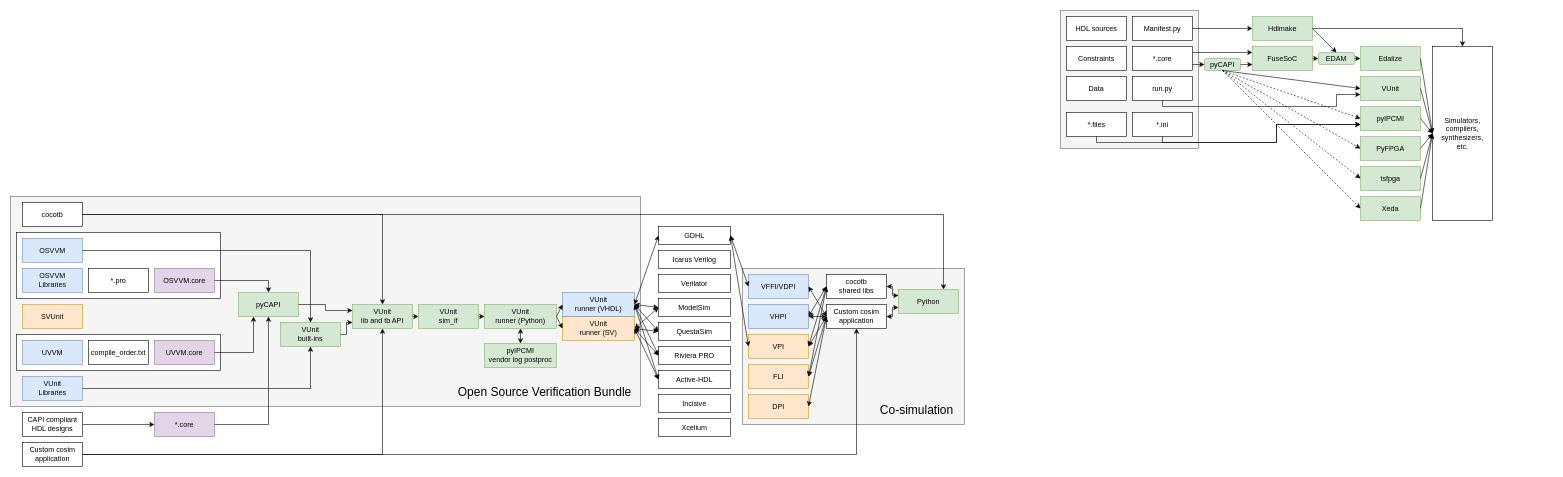
umarcor/osvb keeps this draw.io diagram as osvb.drawio. Above is the earlier version. Source tidied: cells renumbered, new cells numbered last; positions are measured from the earlier drawing's top-left corner, leaving out a move shared by most shapes. Both pictures are drawn from the tidied source at 60%, with x=0, y=0 at pixel (10, 10).
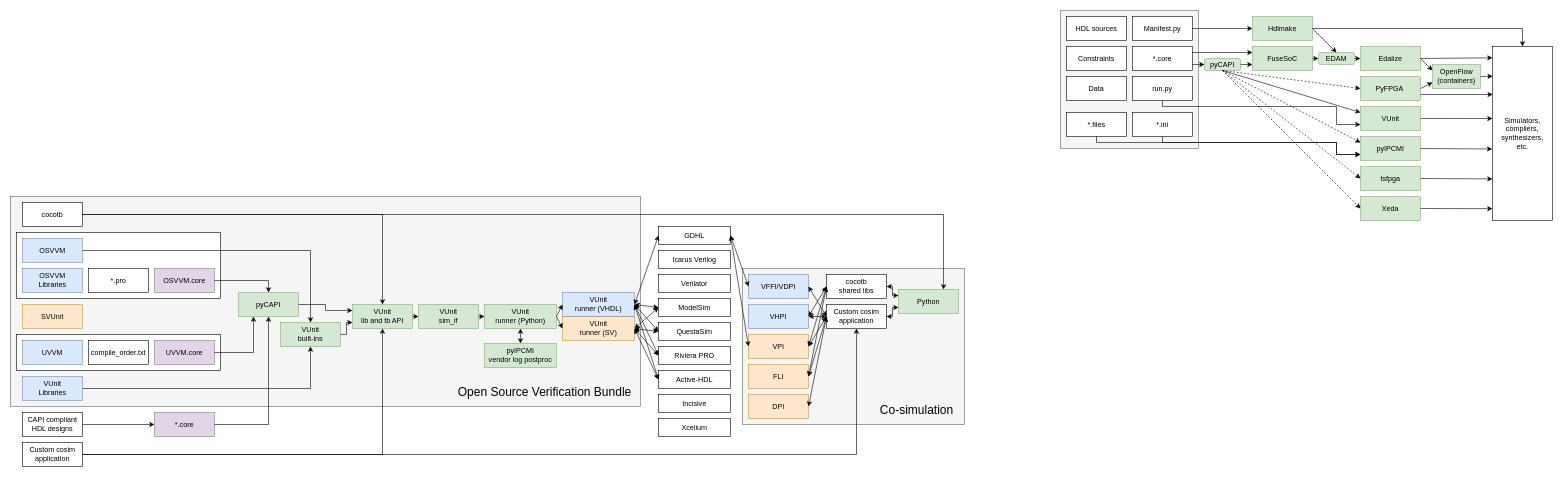
The same page after the edit.

Commit message (it also covers changes not shown here):
doc: update pyCAPI diagram for including OpenFlow

Unchanged cells that the change refers to:
```xml
<mxCell id="76" value="pyCAPI" style="rounded=1;whiteSpace=wrap;html=1;fillColor=#d5e8d4;strokeColor=#82b366;" parent="1" vertex="1">
  <mxGeometry x="1990" y="80" width="60" height="20" as="geometry" />
</mxCell>
<mxCell id="81" value="Xeda" style="rounded=0;whiteSpace=wrap;html=1;fillColor=#d5e8d4;strokeColor=#82b366;" parent="1" vertex="1">
  <mxGeometry x="2250" y="310" width="100" height="40" as="geometry" />
</mxCell>
<mxCell id="82" value="tsfpga" style="rounded=0;whiteSpace=wrap;html=1;fillColor=#d5e8d4;strokeColor=#82b366;" parent="1" vertex="1">
  <mxGeometry x="2250" y="260" width="100" height="40" as="geometry" />
</mxCell>
<mxCell id="86" value="Edalize" style="rounded=0;whiteSpace=wrap;html=1;fillColor=#d5e8d4;strokeColor=#82b366;" parent="1" vertex="1">
  <mxGeometry x="2250" y="60" width="100" height="40" as="geometry" />
</mxCell>
<mxCell id="103" value="run.py" style="rounded=0;whiteSpace=wrap;html=1;" parent="1" vertex="1">
  <mxGeometry x="1870" y="110" width="100" height="40" as="geometry" />
</mxCell>
<mxCell id="112" value="*.ini" style="rounded=0;whiteSpace=wrap;html=1;" parent="1" vertex="1">
  <mxGeometry x="1870" y="170" width="100" height="40" as="geometry" />
</mxCell>
<mxCell id="113" value="*.files" style="rounded=0;whiteSpace=wrap;html=1;" parent="1" vertex="1">
  <mxGeometry x="1760" y="170" width="100" height="40" as="geometry" />
</mxCell>
```

What changed in the source:
```diff
@@
-    <mxCell id="83" value="PyFPGA" style="rounded=0;whiteSpace=wrap;html=1;fillColor=#d5e8d4;strokeColor=#82b366;" parent="1" vertex="1">
-      <mxGeometry x="2250" y="210" width="100" height="40" as="geometry" />
+    <mxCell id="83" value="&amp;nbsp; &amp;nbsp; &amp;nbsp; &amp;nbsp;PyFPGA" style="rounded=0;whiteSpace=wrap;html=1;fillColor=#d5e8d4;strokeColor=#82b366;align=left;" parent="1" vertex="1">
+      <mxGeometry x="2250" y="110" width="100" height="40" as="geometry" />
     </mxCell>
     <mxCell id="84" value="VUnit" style="rounded=0;whiteSpace=wrap;html=1;fillColor=#d5e8d4;strokeColor=#82b366;" parent="1" vertex="1">
-      <mxGeometry x="2250" y="110" width="100" height="40" as="geometry" />
+      <mxGeometry x="2250" y="160" width="100" height="40" as="geometry" />
     </mxCell>
@@
     <mxCell id="87" value="Simulators,&lt;br&gt;compilers,&lt;br&gt;synthesizers,&lt;br&gt;etc." style="rounded=0;whiteSpace=wrap;html=1;" parent="1" vertex="1">
-      <mxGeometry x="2370" y="60" width="100" height="290" as="geometry" />
+      <mxGeometry x="2470" y="60" width="100" height="290" as="geometry" />
     </mxCell>
-    <mxCell id="88" style="endArrow=classic;html=1;entryX=0;entryY=0.5;entryDx=0;entryDy=0;exitX=1;exitY=0.5;exitDx=0;exitDy=0;" parent="1" edge="1" source="84" target="87">
+    <mxCell id="88" style="endArrow=classic;html=1;entryX=0;entryY=0.414;entryDx=0;entryDy=0;exitX=1;exitY=0.5;exitDx=0;exitDy=0;entryPerimeter=0;" parent="1" edge="1" source="84" target="87">
       <mxGeometry relative="1" as="geometry" />
     </mxCell>
-    <mxCell id="89" style="endArrow=classic;html=1;exitX=1;exitY=0.5;exitDx=0;exitDy=0;entryX=0;entryY=0.5;entryDx=0;entryDy=0;" parent="1" edge="1" source="83" target="87">
+    <mxCell id="89" style="endArrow=classic;html=1;exitX=1;exitY=0.75;exitDx=0;exitDy=0;entryX=0.004;entryY=0.276;entryDx=0;entryDy=0;entryPerimeter=0;" parent="1" edge="1" source="83" target="87">
       <mxGeometry relative="1" as="geometry" />
     </mxCell>
-    <mxCell id="90" style="endArrow=classic;html=1;exitX=1;exitY=0.5;exitDx=0;exitDy=0;entryX=0;entryY=0.5;entryDx=0;entryDy=0;" parent="1" edge="1" source="82" target="87">
+    <mxCell id="90" style="endArrow=classic;html=1;exitX=1;exitY=0.5;exitDx=0;exitDy=0;entryX=0;entryY=0.761;entryDx=0;entryDy=0;entryPerimeter=0;" parent="1" edge="1" source="82" target="87">
       <mxGeometry relative="1" as="geometry" />
     </mxCell>
-    <mxCell id="91" style="endArrow=classic;html=1;exitX=1;exitY=0.5;exitDx=0;exitDy=0;entryX=0;entryY=0.5;entryDx=0;entryDy=0;" parent="1" edge="1" source="81" target="87">
+    <mxCell id="91" style="endArrow=classic;html=1;exitX=1;exitY=0.5;exitDx=0;exitDy=0;entryX=0;entryY=0.932;entryDx=0;entryDy=0;entryPerimeter=0;" parent="1" edge="1" source="81" target="87">
       <mxGeometry relative="1" as="geometry" />
     </mxCell>
-    <mxCell id="92" style="endArrow=classic;html=1;exitX=1;exitY=0.5;exitDx=0;exitDy=0;entryX=0;entryY=0.5;entryDx=0;entryDy=0;" parent="1" edge="1" source="86" target="87">
+    <mxCell id="92" style="endArrow=classic;html=1;exitX=1;exitY=0.5;exitDx=0;exitDy=0;entryX=0;entryY=0.065;entryDx=0;entryDy=0;entryPerimeter=0;" parent="1" edge="1" source="86" target="87">
       <mxGeometry relative="1" as="geometry" />
     </mxCell>
@@
-    <mxCell id="95" style="endArrow=classic;html=1;exitX=0.5;exitY=1;exitDx=0;exitDy=0;entryX=0;entryY=0.5;entryDx=0;entryDy=0;" parent="1" edge="1" source="76" target="84">
+    <mxCell id="95" style="endArrow=classic;html=1;exitX=0.5;exitY=1;exitDx=0;exitDy=0;entryX=0;entryY=0.25;entryDx=0;entryDy=0;" parent="1" edge="1" source="76" target="84">
       <mxGeometry relative="1" as="geometry" />
     </mxCell>
@@
     <mxCell id="104" style="endArrow=classic;html=1;exitX=0.5;exitY=1;exitDx=0;exitDy=0;entryX=0;entryY=0.75;entryDx=0;entryDy=0;edgeStyle=orthogonalEdgeStyle;rounded=0;" parent="1" edge="1" source="103" target="84">
       <mxGeometry relative="1" as="geometry">
         <Array as="points">
           <mxPoint x="1920" y="160" />
           <mxPoint x="2210" y="160" />
-          <mxPoint x="2210" y="140" />
+          <mxPoint x="2210" y="190" />
         </Array>
       </mxGeometry>
     </mxCell>
@@
     <mxCell id="114" value="pyIPCMI" style="rounded=0;whiteSpace=wrap;html=1;fillColor=#d5e8d4;strokeColor=#82b366;" parent="1" vertex="1">
-      <mxGeometry x="2250" y="160" width="100" height="40" as="geometry" />
+      <mxGeometry x="2250" y="210" width="100" height="40" as="geometry" />
     </mxCell>
-    <mxCell id="115" style="endArrow=classic;html=1;entryX=0;entryY=0.5;entryDx=0;entryDy=0;dashed=1;exitX=0.5;exitY=1;exitDx=0;exitDy=0;" parent="1" edge="1" source="76" target="114">
+    <mxCell id="115" style="endArrow=classic;html=1;entryX=0;entryY=0.25;entryDx=0;entryDy=0;dashed=1;exitX=0.5;exitY=1;exitDx=0;exitDy=0;" parent="1" edge="1" source="76" target="114">
       <mxGeometry relative="1" as="geometry" />
     </mxCell>
     <mxCell id="116" style="endArrow=classic;html=1;exitX=0.5;exitY=1;exitDx=0;exitDy=0;entryX=0;entryY=0.75;entryDx=0;entryDy=0;edgeStyle=orthogonalEdgeStyle;rounded=0;" parent="1" edge="1" source="113" target="114">
       <mxGeometry relative="1" as="geometry">
         <Array as="points">
           <mxPoint x="1810" y="220" />
-          <mxPoint x="2110" y="220" />
-          <mxPoint x="2110" y="190" />
+          <mxPoint x="2210" y="220" />
+          <mxPoint x="2210" y="240" />
         </Array>
       </mxGeometry>
     </mxCell>
     <mxCell id="117" style="endArrow=classic;html=1;exitX=0.5;exitY=1;exitDx=0;exitDy=0;entryX=0;entryY=0.75;entryDx=0;entryDy=0;edgeStyle=orthogonalEdgeStyle;rounded=0;" parent="1" edge="1" source="112" target="114">
       <mxGeometry relative="1" as="geometry">
         <Array as="points">
           <mxPoint x="1920" y="220" />
-          <mxPoint x="2110" y="220" />
-          <mxPoint x="2110" y="190" />
+          <mxPoint x="2210" y="220" />
+          <mxPoint x="2210" y="240" />
         </Array>
       </mxGeometry>
     </mxCell>
-    <mxCell id="118" style="endArrow=classic;html=1;exitX=1;exitY=0.5;exitDx=0;exitDy=0;entryX=0;entryY=0.5;entryDx=0;entryDy=0;" parent="1" edge="1" source="114" target="87">
+    <mxCell id="118" style="endArrow=classic;html=1;exitX=1;exitY=0.5;exitDx=0;exitDy=0;entryX=-0.004;entryY=0.589;entryDx=0;entryDy=0;entryPerimeter=0;" parent="1" edge="1" source="114" target="87">
       <mxGeometry relative="1" as="geometry" />
     </mxCell>
@@
+    <mxCell id="127" value="OpenFlow&lt;br&gt;(containers)" style="rounded=0;whiteSpace=wrap;html=1;fillColor=#d5e8d4;strokeColor=#82b366;" parent="1" vertex="1">
+      <mxGeometry x="2370" y="90" width="80" height="40" as="geometry" />
+    </mxCell>
+    <mxCell id="128" style="endArrow=classic;html=1;exitX=1;exitY=0.5;exitDx=0;exitDy=0;entryX=0;entryY=0.25;entryDx=0;entryDy=0;" parent="1" edge="1" source="86" target="127">
+      <mxGeometry relative="1" as="geometry" />
+    </mxCell>
+    <mxCell id="129" style="endArrow=classic;html=1;exitX=1;exitY=0.5;exitDx=0;exitDy=0;entryX=0.004;entryY=0.171;entryDx=0;entryDy=0;entryPerimeter=0;" parent="1" edge="1" source="127" target="87">
+      <mxGeometry relative="1" as="geometry" />
+    </mxCell>
+    <mxCell id="130" style="endArrow=classic;html=1;exitX=1;exitY=0.5;exitDx=0;exitDy=0;entryX=0;entryY=0.75;entryDx=0;entryDy=0;" parent="1" edge="1" source="83" target="127">
+      <mxGeometry relative="1" as="geometry" />
+    </mxCell>
```
